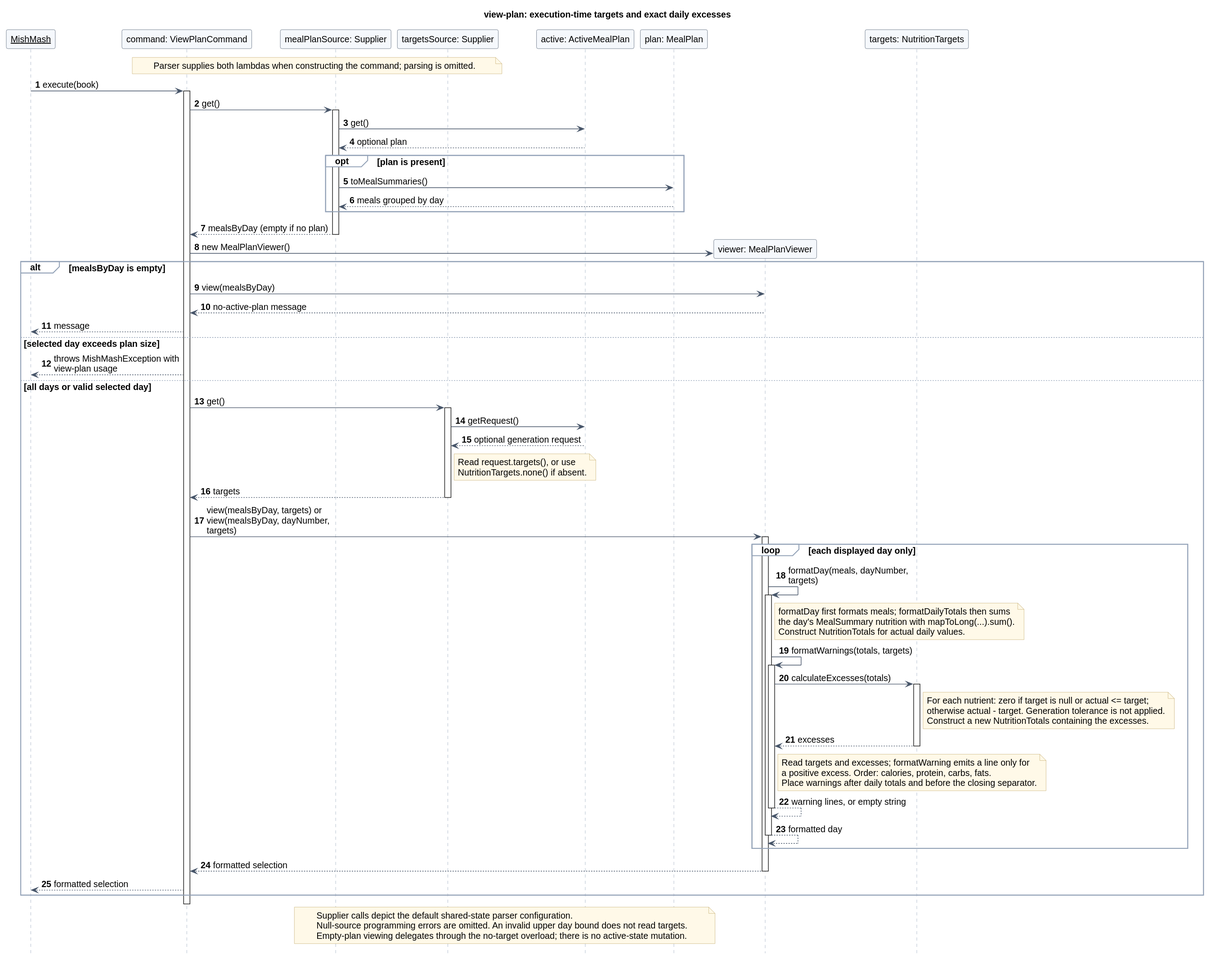
AY2627S1-CS2113-W13-4/tp keeps this PlantUML diagram as docs/images/oilybikechain/excess-warnings.svg. Above is the earlier version.
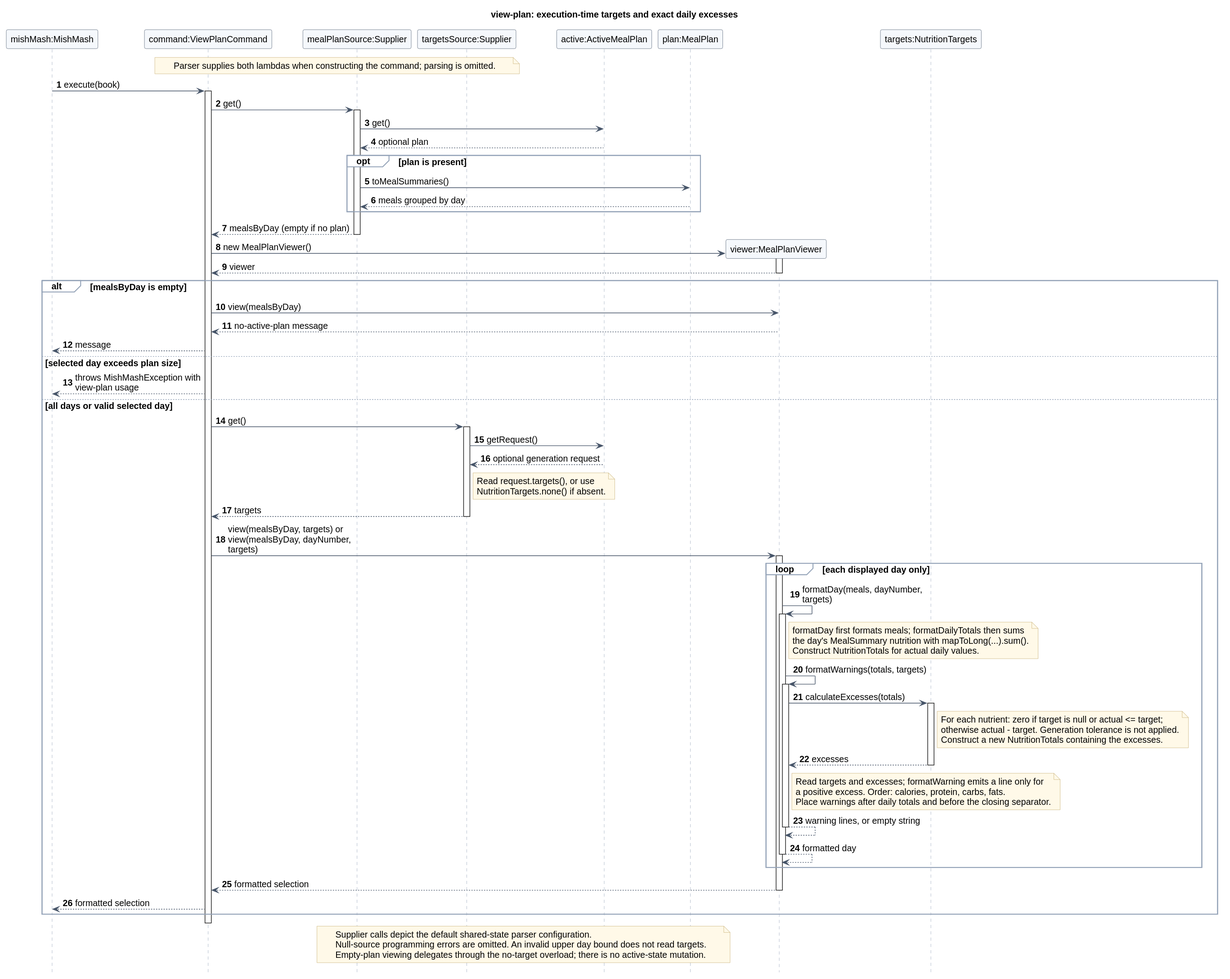
After the commit.

What changed in the source:
```diff
@@ -2,12 +2,12 @@
 !include ../shortfall/style.iuml
 title view-plan: execution-time targets and exact daily excesses
 autonumber
-participant "<u>MishMash</u>" as App
-participant "command: ViewPlanCommand" as Cmd
-participant "mealPlanSource: Supplier" as Meals
-participant "targetsSource: Supplier" as TargetSource
-participant "active: ActiveMealPlan" as Active
-participant "plan: MealPlan" as Plan
+participant "mishMash:MishMash" as App
+participant "command:ViewPlanCommand" as Cmd
+participant "mealPlanSource:Supplier" as Meals
+participant "targetsSource:Supplier" as TargetSource
+participant "active:ActiveMealPlan" as Active
+participant "plan:MealPlan" as Plan
 
 note over Cmd, TargetSource : Parser supplies both lambdas when constructing the command; parsing is omitted.
 App -> Cmd : execute(book)
@@ -22,8 +22,11 @@
 end
 Meals --> Cmd : mealsByDay (empty if no plan)
 deactivate Meals
-create participant "viewer: MealPlanViewer" as Viewer
+create participant "viewer:MealPlanViewer" as Viewer
 Cmd -> Viewer : new MealPlanViewer()
+activate Viewer
+Viewer --> Cmd : viewer
+deactivate Viewer
 alt mealsByDay is empty
   Cmd -> Viewer : view(mealsByDay)
   Viewer --> Cmd : no-active-plan message
@@ -38,7 +41,7 @@
   note right of TargetSource : Read request.targets(), or use\nNutritionTargets.none() if absent.
   TargetSource --> Cmd : targets
   deactivate TargetSource
-  participant "targets: NutritionTargets" as Targets
+  participant "targets:NutritionTargets" as Targets
   Cmd -> Viewer : view(mealsByDay, targets) or\nview(mealsByDay, dayNumber, targets)
   activate Viewer
   loop each displayed day only
```
